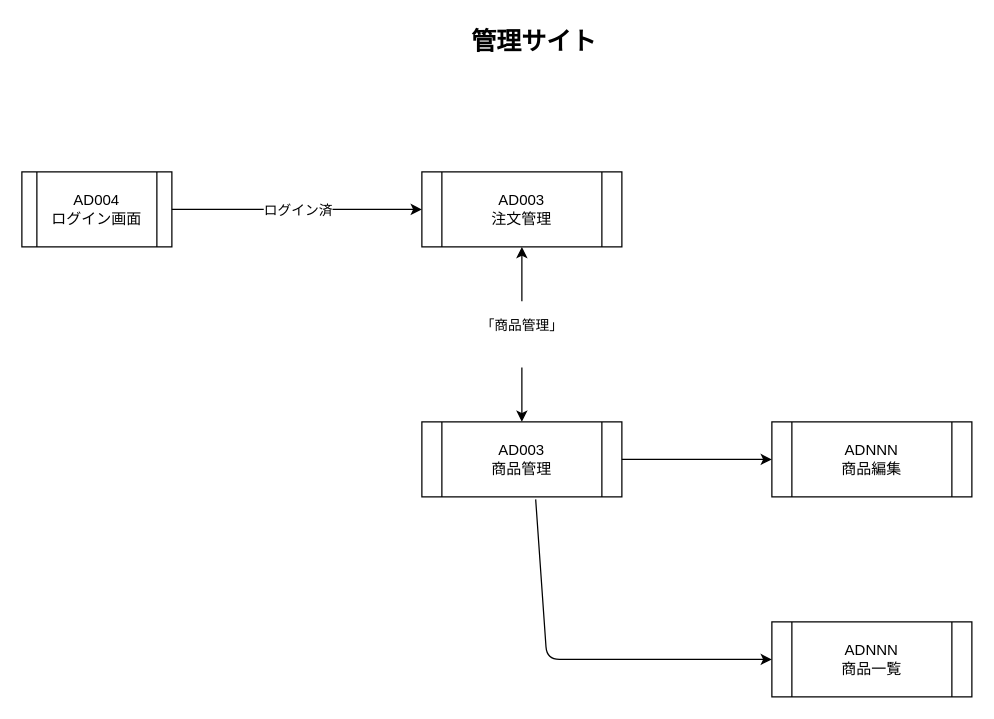
Earlier version of the draw.io diagram page "管理サイト" (2 of 3) of 仕様書/jobflow.dio (25r1116hirai-cmd/25R1116_Nodoame_EC_Project). Source tidied: cells renumbered, new cells numbered last; positions are measured from the earlier drawing's top-left corner, leaving out a move shared by most shapes. Both pictures are drawn from the tidied source at 125%, with x=0, y=0 at pixel (21, 21).
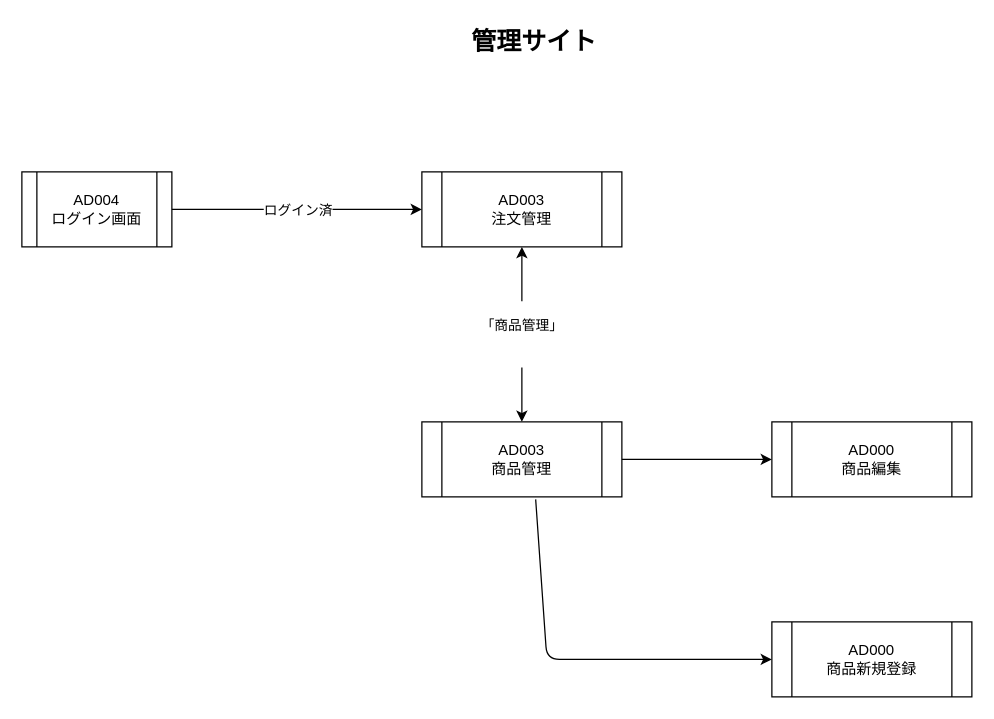
Above is the later version.

Commit message:
ジョブフロー修正

Change to the diagram source:
```diff
@@
 <mxGraphModel>
   <root>
     <mxCell id="0" />
     <mxCell id="1" parent="0" />
     <mxCell id="2" value="管理サイト" style="text;html=1;align=center;verticalAlign=middle;whiteSpace=wrap;rounded=0;fontSize=20;fontStyle=1;" parent="1" vertex="1">
       <mxGeometry x="280" width="260" height="30" as="geometry" />
     </mxCell>
     <mxCell id="3" value="AD003&lt;br&gt;商品管理" style="shape=process;whiteSpace=wrap;html=1;backgroundOutline=1;" parent="1" vertex="1">
       <mxGeometry x="320" y="320" width="160" height="60" as="geometry" />
     </mxCell>
     <mxCell id="4" value="AD003&lt;br&gt;注文管理" style="shape=process;whiteSpace=wrap;html=1;backgroundOutline=1;" parent="1" vertex="1">
       <mxGeometry x="320" y="120" width="160" height="60" as="geometry" />
     </mxCell>
     <mxCell id="5" value="AD004&lt;br&gt;ログイン画面" style="shape=process;whiteSpace=wrap;html=1;backgroundOutline=1;" parent="1" vertex="1">
       <mxGeometry y="120" width="120" height="60" as="geometry" />
     </mxCell>
     <mxCell id="6" style="endArrow=classic;html=1;exitX=1;exitY=0.5;exitDx=0;exitDy=0;" parent="1" edge="1" source="5">
       <mxGeometry relative="1" as="geometry">
         <mxPoint x="320" y="150" as="targetPoint" />
       </mxGeometry>
     </mxCell>
     <mxCell id="7" value="ログイン済" style="edgeLabel;html=1;align=center;verticalAlign=middle;" parent="6" vertex="1">
       <mxGeometry relative="1" as="geometry" />
     </mxCell>
-    <mxCell id="8" value="ADNNN&lt;br&gt;商品編集" style="shape=process;whiteSpace=wrap;html=1;backgroundOutline=1;" parent="1" vertex="1">
+    <mxCell id="8" value="AD000&lt;br&gt;商品編集" style="shape=process;whiteSpace=wrap;html=1;backgroundOutline=1;" parent="1" vertex="1">
       <mxGeometry x="600" y="320" width="160" height="60" as="geometry" />
     </mxCell>
-    <mxCell id="9" value="ADNNN&lt;br&gt;商品一覧" style="shape=process;whiteSpace=wrap;html=1;backgroundOutline=1;" parent="1" vertex="1">
+    <mxCell id="9" value="AD000&lt;br&gt;商品新規登録" style="shape=process;whiteSpace=wrap;html=1;backgroundOutline=1;" parent="1" vertex="1">
       <mxGeometry x="600" y="480" width="160" height="60" as="geometry" />
     </mxCell>
     <mxCell id="10" value="&#10;&lt;span style=&quot;color: rgb(0, 0, 0); font-family: Helvetica; font-size: 11px; font-style: normal; font-variant-ligatures: normal; font-variant-caps: normal; font-weight: 400; letter-spacing: normal; orphans: 2; text-align: center; text-indent: 0px; text-transform: none; widows: 2; word-spacing: 0px; -webkit-text-stroke-width: 0px; white-space: nowrap; background-color: rgb(255, 255, 255); text-decoration-thickness: initial; text-decoration-style: initial; text-decoration-color: initial; display: inline !important; float: none;&quot;&gt;「商品管理」&lt;/span&gt;&#10;&#10;" style="endArrow=classic;startArrow=classic;html=1;entryX=0.5;entryY=1;entryDx=0;entryDy=0;" parent="1" edge="1" source="3" target="4">
       <mxGeometry relative="1" as="geometry" />
     </mxCell>
     <mxCell id="11" style="endArrow=classic;html=1;entryX=0;entryY=0.5;entryDx=0;entryDy=0;" parent="1" edge="1" source="3" target="8">
       <mxGeometry relative="1" as="geometry" />
     </mxCell>
     <mxCell id="12" style="endArrow=classic;html=1;entryX=0;entryY=0.5;entryDx=0;entryDy=0;exitX=0.569;exitY=1.033;exitDx=0;exitDy=0;exitPerimeter=0;" parent="1" edge="1" source="3" target="9">
       <mxGeometry relative="1" as="geometry">
         <Array as="points">
           <mxPoint x="420" y="510" />
         </Array>
       </mxGeometry>
     </mxCell>
   </root>
 </mxGraphModel>
```
